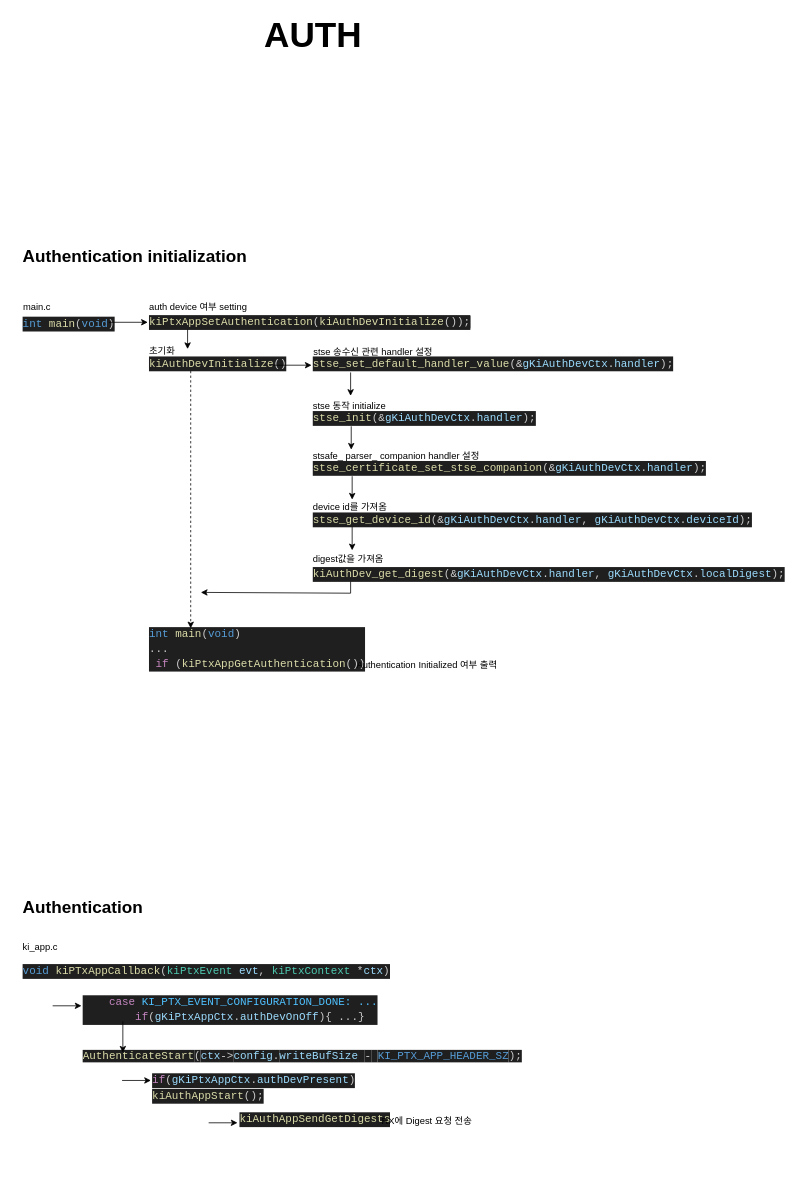
Before: diagram/251127_AUTH_flow.drawio in Jwoo0725/Ki, a draw.io diagram. Source tidied: cells renumbered, new cells numbered last; positions are measured from the earlier drawing's top-left corner, leaving out a move shared by most shapes. Both pictures are drawn from the tidied source at 78%, with x=0, y=0 at pixel (13, 23).
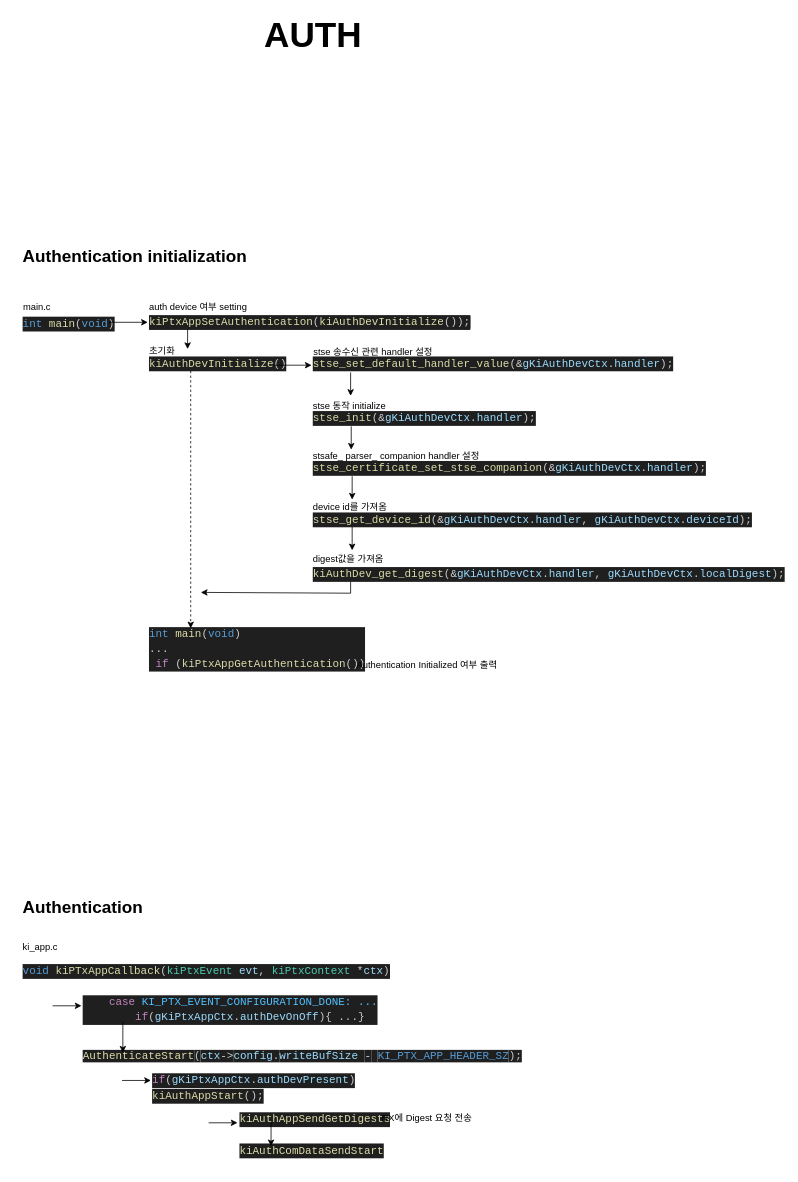
The same diagram, later.

Change to the diagram source:
```diff
@@
     <mxCell id="43" value="RX에 Digest 요청 전송" style="text;html=1;whiteSpace=wrap;strokeColor=none;fillColor=none;align=left;verticalAlign=middle;rounded=0;" parent="1" vertex="1">
-      <mxGeometry x="469.5" y="1398" width="125" height="20" as="geometry" />
+      <mxGeometry x="470" y="1394" width="125" height="20" as="geometry" />
     </mxCell>
+    <mxCell id="44" value="&lt;div style=&quot;color: #cccccc;background-color: #1f1f1f;font-family: Consolas, 'Courier New', monospace;font-weight: normal;font-size: 14px;line-height: 19px;white-space: pre;&quot;&gt;&lt;div&gt;&lt;span style=&quot;color: #dcdcaa;&quot;&gt;kiAuthComDataSendStart&lt;/span&gt;&lt;/div&gt;&lt;/div&gt;" style="text;whiteSpace=wrap;html=1;" parent="1" vertex="1">
+      <mxGeometry x="288" y="1430" width="200" height="40" as="geometry" />
+    </mxCell>
+    <mxCell id="45" style="edgeStyle=none;orthogonalLoop=1;jettySize=auto;html=1;rounded=0;" parent="1" edge="1">
+      <mxGeometry relative="1" as="geometry">
+        <mxPoint x="330" y="1410" as="sourcePoint" />
+        <mxPoint x="330" y="1440" as="targetPoint" />
+      </mxGeometry>
+    </mxCell>
```
